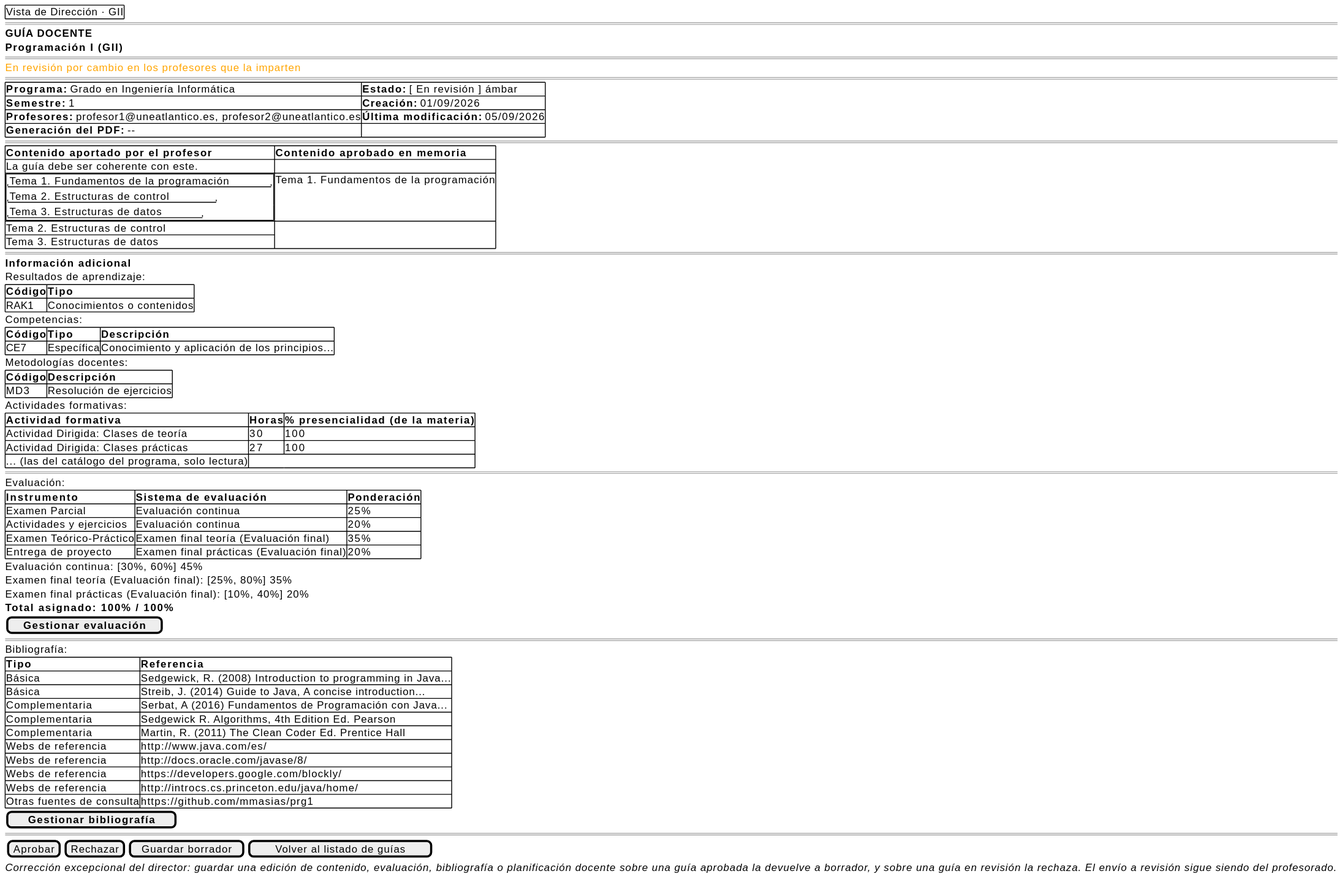
This is images/RUP/01-requisitos/03-detalle-casos-uso/abrirGuia/wireframe-revision.svg from mmasias/pyCeldaPublico, a PlantUML export, as it was before one commit.
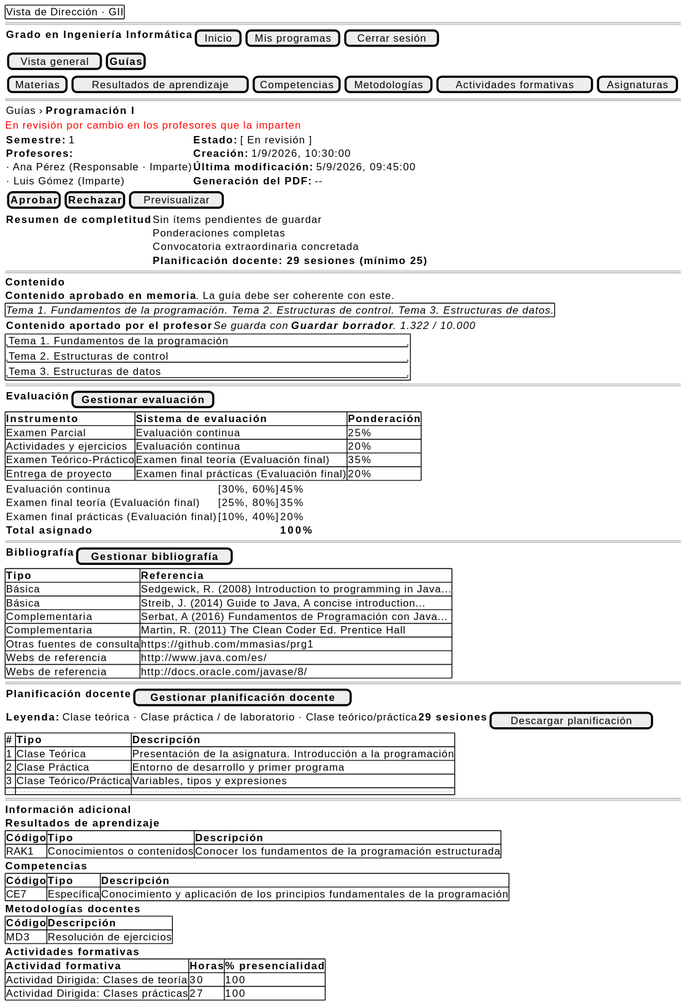
The same diagram one commit later.

The edit, as a diff of the source:
```diff
@@ -2,55 +2,39 @@
 {
     {+ Vista de Dirección · GII }
     ====
-    <b>GUÍA DOCENTE</b>
-    <b>Programación I (GII)</b>
+    {<b>Grado en Ingeniería Informática</b> | [Inicio] | [Mis programas] | [Cerrar sesión]}
+    {[Vista general] | [<b>Guías</b>]}
+    {[Materias] | [Resultados de aprendizaje] | [Competencias] | [Metodologías] | [Actividades formativas] | [Asignaturas]}
     ====
-    <color:orange>En revisión por cambio en los profesores que la imparten</color>
-    ====
-    {#
-        <b>Programa:</b> Grado en Ingeniería Informática | <b>Estado:</b> [ En revisión ] ámbar
-        <b>Semestre:</b> 1 | <b>Creación:</b> 01/09/2026
-        <b>Profesores:</b> profesor1@uneatlantico.es, profesor2@uneatlantico.es | <b>Última modificación:</b> 05/09/2026
-         | <b>Generación del PDF:</b> --
+    {Guías › <b>Programación I</b>}
+    <color:red>En revisión por cambio en los profesores que la imparten</color>
+    {
+        <b>Semestre:</b> 1 | <b>Estado:</b> [ En revisión ]
+        <b>Profesores:</b> | <b>Creación:</b> 1/9/2026, 10:30:00
+        · Ana Pérez (Responsable · Imparte) | <b>Última modificación:</b> 5/9/2026, 09:45:00
+        · Luis Gómez (Imparte) | <b>Generación del PDF:</b> --
+    }
+    {[<b>Aprobar</b>] | [<b>Rechazar</b>] | [Previsualizar]}
+    {
+        <b>Resumen de completitud</b> | Sin ítems pendientes de guardar
+        . | Ponderaciones completas
+        . | Convocatoria extraordinaria concretada
+        . | <b>Planificación docente: 29 sesiones (mínimo 25)</b>
     }
     ====
+    <b>Contenido</b>
+    <b>Contenido aprobado en memoria</b>. La guía debe ser coherente con este.
     {#
-        <b>Contenido aportado por el profesor</b> | <b>Contenido aprobado en memoria</b>
-         | La guía debe ser coherente con este.
-        {+
-            "Tema 1. Fundamentos de la programación"
-            "Tema 2. Estructuras de control"
-            "Tema 3. Estructuras de datos"
-        } | Tema 1. Fundamentos de la programación
-        Tema 2. Estructuras de control
-        Tema 3. Estructuras de datos
+        <i>Tema 1. Fundamentos de la programación. Tema 2. Estructuras de control. Tema 3. Estructuras de datos.</i>
+    }
+    {<b>Contenido aportado por el profesor</b> | <i>Se guarda con <b>Guardar borrador</b>. 1.322 / 10.000</i>}
+    {+
+        "Tema 1. Fundamentos de la programación                    "
+        "Tema 2. Estructuras de control                            "
+        "Tema 3. Estructuras de datos                              "
     }
     ====
-    <b>Información adicional</b>
-    Resultados de aprendizaje:
-    {#
-        <b>Código | <b>Tipo
-        RAK1 | Conocimientos o contenidos
-    }
-    Competencias:
-    {#
-        <b>Código | <b>Tipo | <b>Descripción
-        CE7 | Específica | Conocimiento y aplicación de los principios...
-    }
-    Metodologías docentes:
-    {#
-        <b>Código | <b>Descripción
-        MD3 | Resolución de ejercicios
-    }
-    Actividades formativas:
-    {#
-        <b>Actividad formativa | <b>Horas | <b>% presencialidad (de la materia)
-        Actividad Dirigida: Clases de teoría | 30 | 100
-        Actividad Dirigida: Clases prácticas | 27 | 100
-        ... (las del catálogo del programa, solo lectura) | |
-    }
-    ====
-    Evaluación:
+    {<b>Evaluación</b> | [<b>Gestionar evaluación</b>]}
     {#
         <b>Instrumento | <b>Sistema de evaluación | <b>Ponderación
         Examen Parcial | Evaluación continua | 25%
@@ -58,29 +42,56 @@
         Examen Teórico-Práctico | Examen final teoría (Evaluación final) | 35%
         Entrega de proyecto | Examen final prácticas (Evaluación final) | 20%
     }
-    Evaluación continua: [30%, 60%] 45%
-    Examen final teoría (Evaluación final): [25%, 80%] 35%
-    Examen final prácticas (Evaluación final): [10%, 40%] 20%
-    <b>Total asignado: 100% / 100%</b>
-    [ <b>Gestionar evaluación</b> ]
+    {
+        Evaluación continua | &#91;30%, 60%] | 45%
+        Examen final teoría (Evaluación final) | &#91;25%, 80%] | 35%
+        Examen final prácticas (Evaluación final) | &#91;10%, 40%] | 20%
+        <b>Total asignado</b> | . | <b>100%</b>
+    }
     ====
-    Bibliografía:
+    {<b>Bibliografía</b> | [<b>Gestionar bibliografía</b>]}
     {#
         <b>Tipo | <b>Referencia
         Básica | Sedgewick, R. (2008) Introduction to programming in Java...
         Básica | Streib, J. (2014) Guide to Java, A concise introduction...
         Complementaria | Serbat, A (2016) Fundamentos de Programación con Java...
-        Complementaria | Sedgewick R. Algorithms, 4th Edition Ed. Pearson
         Complementaria | Martin, R. (2011) The Clean Coder Ed. Prentice Hall
+        Otras fuentes de consulta | https://github.com/mmasias/prg1
         Webs de referencia | http://www.java.com/es/
         Webs de referencia | http://docs.oracle.com/javase/8/
-        Webs de referencia | https://developers.google.com/blockly/
-        Webs de referencia | http://introcs.cs.princeton.edu/java/home/
-        Otras fuentes de consulta | https://github.com/mmasias/prg1
     }
-    [ <b>Gestionar bibliografía</b> ]
     ====
-    {[Aprobar] | [Rechazar] | [Guardar borrador] | [Volver al listado de guías]}
-    <i>Corrección excepcional del director: guardar una edición de contenido, evaluación, bibliografía o planificación docente sobre una guía aprobada la devuelve a borrador, y sobre una guía en revisión la rechaza. El envío a revisión sigue siendo del profesorado.</i>
+    {<b>Planificación docente</b> | [<b>Gestionar planificación docente</b>]}
+    {<b>Leyenda:</b> Clase teórica · Clase práctica / de laboratorio · Clase teórico/práctica | <b>29 sesiones</b> | [Descargar planificación]}
+    {#
+        <b>#</b> | <b>Tipo</b> | <b>Descripción</b>
+        1 | Clase Teórica | Presentación de la asignatura. Introducción a la programación
+        2 | Clase Práctica | Entorno de desarrollo y primer programa
+        3 | Clase Teórico/Práctica | Variables, tipos y expresiones
+        ... | ... | ...
+    }
+    ====
+    <b>Información adicional</b>
+    <b>Resultados de aprendizaje</b>
+    {#
+        <b>Código</b> | <b>Tipo</b> | <b>Descripción</b>
+        RAK1 | Conocimientos o contenidos | Conocer los fundamentos de la programación estructurada
+    }
+    <b>Competencias</b>
+    {#
+        <b>Código</b> | <b>Tipo</b> | <b>Descripción</b>
+        CE7 | Específica | Conocimiento y aplicación de los principios fundamentales de la programación
+    }
+    <b>Metodologías docentes</b>
+    {#
+        <b>Código</b> | <b>Descripción</b>
+        MD3 | Resolución de ejercicios
+    }
+    <b>Actividades formativas</b>
+    {#
+        <b>Actividad formativa</b> | <b>Horas</b> | <b>% presencialidad</b>
+        Actividad Dirigida: Clases de teoría | 30 | 100
+        Actividad Dirigida: Clases prácticas | 27 | 100
+    }
 }
 @endsalt
```
